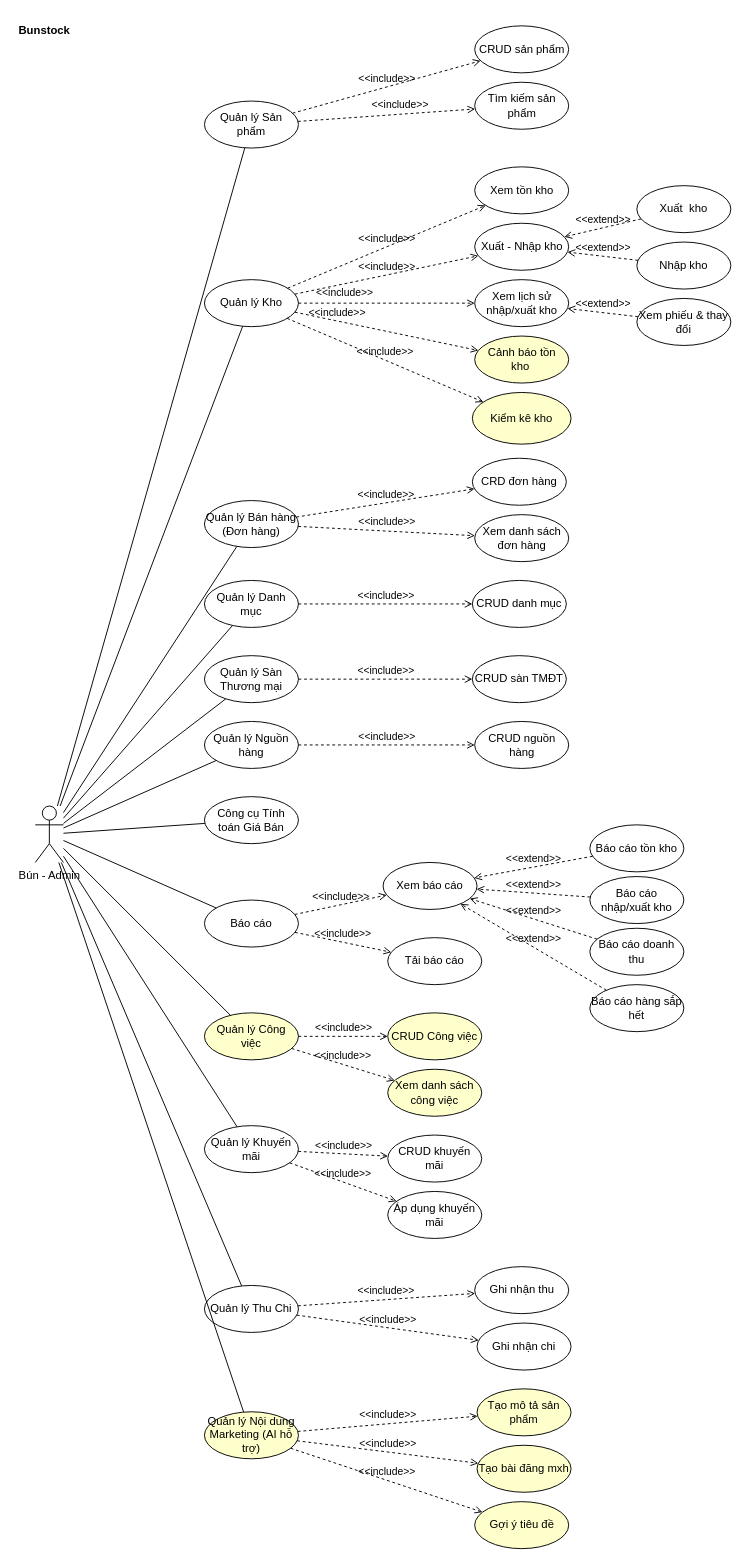
The draw.io diagram page "UC Diagram" (1 of 7) of Docs/Bunstock.drawio in ngoc-anh22/Bunstock, before the edit. Source tidied: cells renumbered, new cells numbered last; positions are measured from the earlier drawing's top-left corner, leaving out a move shared by most shapes. Both pictures are drawn from the tidied source at 94%, with x=0, y=0 at pixel (16, 16).
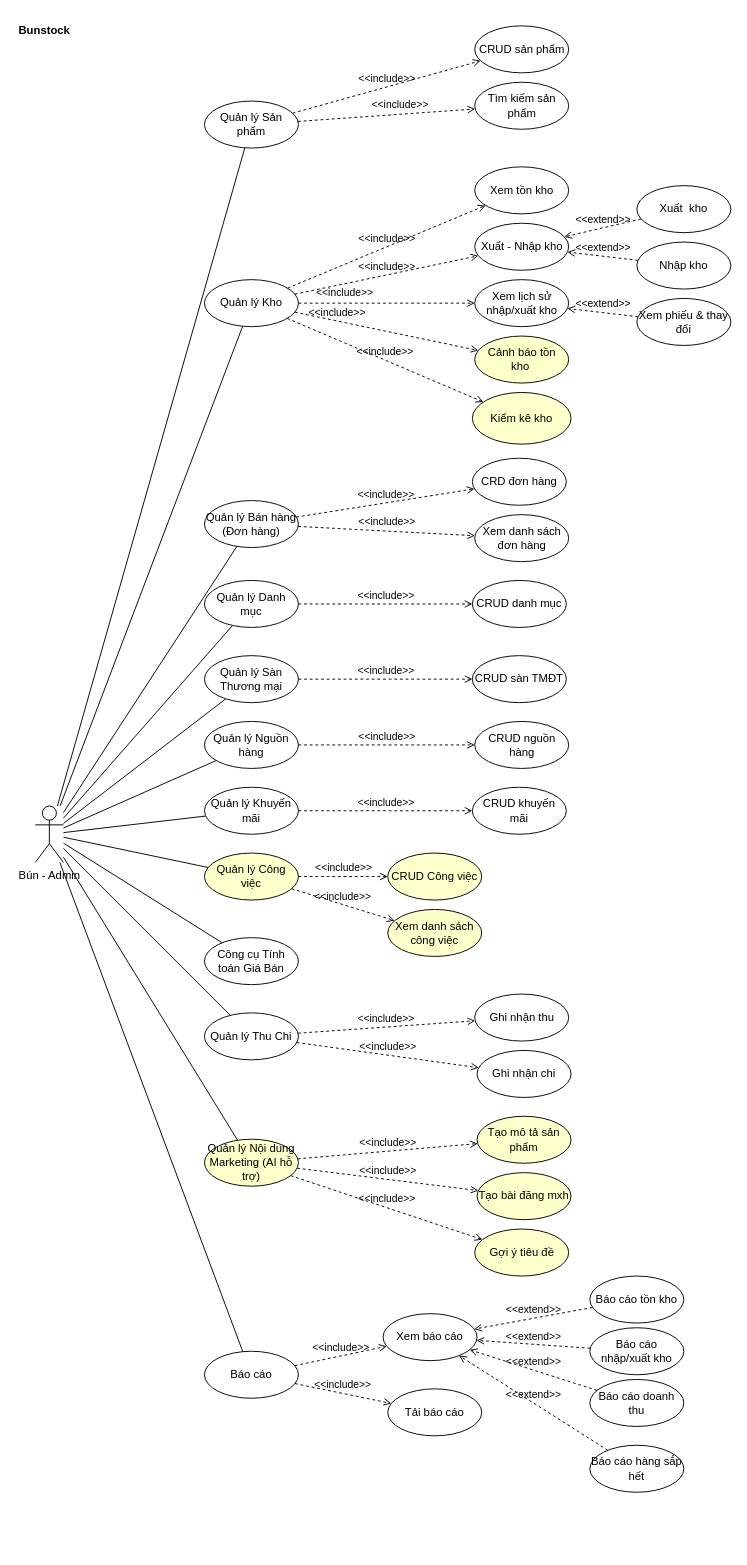
The same diagram, later.

Diff of the diagram source:
```diff
@@
     <mxCell id="9" value="Quản lý Công việc" style="ellipse;whiteSpace=wrap;html=1;fillColor=#FFFFCC;" parent="1" vertex="1">
-      <mxGeometry x="200" y="1060" width="100" height="50" as="geometry" />
+      <mxGeometry x="200" y="890" width="100" height="50" as="geometry" />
     </mxCell>
     <mxCell id="10" value="Báo cáo" style="ellipse;whiteSpace=wrap;html=1;" parent="1" vertex="1">
-      <mxGeometry x="200" y="940" width="100" height="50" as="geometry" />
+      <mxGeometry x="200" y="1420" width="100" height="50" as="geometry" />
     </mxCell>
     <mxCell id="11" value="Công cụ Tính toán Giá Bán" style="ellipse;whiteSpace=wrap;html=1;" parent="1" vertex="1">
-      <mxGeometry x="200" y="830" width="100" height="50" as="geometry" />
+      <mxGeometry x="200" y="980" width="100" height="50" as="geometry" />
     </mxCell>
@@
     <mxCell id="13" value="Quản lý Khuyến mãi" style="ellipse;whiteSpace=wrap;html=1;" parent="1" vertex="1">
-      <mxGeometry x="200" y="1180" width="100" height="50" as="geometry" />
+      <mxGeometry x="200" y="820" width="100" height="50" as="geometry" />
     </mxCell>
     <mxCell id="14" value="Quản lý Thu Chi" style="ellipse;whiteSpace=wrap;html=1;" parent="1" vertex="1">
-      <mxGeometry x="200" y="1350" width="100" height="50" as="geometry" />
+      <mxGeometry x="200" y="1060" width="100" height="50" as="geometry" />
     </mxCell>
     <mxCell id="15" value="Quản lý Nội dung Marketing (AI hỗ trợ)" style="ellipse;whiteSpace=wrap;html=1;fillColor=#FFFFCC;" parent="1" vertex="1">
-      <mxGeometry x="200" y="1484.4" width="100" height="50" as="geometry" />
+      <mxGeometry x="200" y="1194.4" width="100" height="50" as="geometry" />
     </mxCell>
@@
-    <mxCell id="57" value="&amp;lt;&amp;lt;include&amp;gt;&amp;gt;" style="html=1;verticalAlign=bottom;labelBackgroundColor=none;endArrow=open;endFill=0;dashed=1;rounded=0;" parent="1" edge="1" source="13" target="72">
-      <mxGeometry relative="1" as="geometry" />
-    </mxCell>
@@
     <mxCell id="61" value="Báo cáo doanh thu" style="ellipse;whiteSpace=wrap;html=1;" parent="1" vertex="1">
-      <mxGeometry x="610" y="970" width="100" height="50" as="geometry" />
+      <mxGeometry x="610" y="1450" width="100" height="50" as="geometry" />
     </mxCell>
     <mxCell id="62" value="Xem báo cáo" style="ellipse;whiteSpace=wrap;html=1;" parent="1" vertex="1">
-      <mxGeometry x="390" y="900" width="100" height="50" as="geometry" />
+      <mxGeometry x="390" y="1380" width="100" height="50" as="geometry" />
     </mxCell>
     <mxCell id="63" value="Báo cáo tồn kho" style="ellipse;whiteSpace=wrap;html=1;" parent="1" vertex="1">
-      <mxGeometry x="610" y="860" width="100" height="50" as="geometry" />
+      <mxGeometry x="610" y="1340" width="100" height="50" as="geometry" />
     </mxCell>
     <mxCell id="64" value="Báo cáo nhập/xuất kho" style="ellipse;whiteSpace=wrap;html=1;" parent="1" vertex="1">
-      <mxGeometry x="610" y="915" width="100" height="50" as="geometry" />
+      <mxGeometry x="610" y="1395" width="100" height="50" as="geometry" />
     </mxCell>
     <mxCell id="65" value="Báo cáo hàng sắp hết" style="ellipse;whiteSpace=wrap;html=1;" parent="1" vertex="1">
-      <mxGeometry x="610" y="1030" width="100" height="50" as="geometry" />
+      <mxGeometry x="610" y="1520" width="100" height="50" as="geometry" />
     </mxCell>
@@
     <mxCell id="70" value="CRUD Công việc" style="ellipse;whiteSpace=wrap;html=1;fillColor=#FFFFCC;" parent="1" vertex="1">
-      <mxGeometry x="395" y="1060" width="100" height="50" as="geometry" />
+      <mxGeometry x="395" y="890" width="100" height="50" as="geometry" />
     </mxCell>
     <mxCell id="71" value="CRUD khuyến mãi" style="ellipse;whiteSpace=wrap;html=1;" parent="1" vertex="1">
-      <mxGeometry x="395" y="1190" width="100" height="50" as="geometry" />
+      <mxGeometry x="485" y="820" width="100" height="50" as="geometry" />
     </mxCell>
-    <mxCell id="72" value="Áp dụng khuyến mãi" style="ellipse;whiteSpace=wrap;html=1;" parent="1" vertex="1">
-      <mxGeometry x="395" y="1250" width="100" height="50" as="geometry" />
-    </mxCell>
     <mxCell id="73" value="Ghi nhận chi" style="ellipse;whiteSpace=wrap;html=1;" parent="1" vertex="1">
-      <mxGeometry x="490" y="1390" width="100" height="50" as="geometry" />
+      <mxGeometry x="490" y="1100" width="100" height="50" as="geometry" />
     </mxCell>
     <mxCell id="74" value="Ghi nhận thu" style="ellipse;whiteSpace=wrap;html=1;" parent="1" vertex="1">
-      <mxGeometry x="487.5" y="1330" width="100" height="50" as="geometry" />
+      <mxGeometry x="487.5" y="1040" width="100" height="50" as="geometry" />
     </mxCell>
     <mxCell id="75" value="Gợi ý tiêu đề" style="ellipse;whiteSpace=wrap;html=1;fillColor=#FFFFCC;" parent="1" vertex="1">
-      <mxGeometry x="487.5" y="1580" width="100" height="50" as="geometry" />
+      <mxGeometry x="487.5" y="1290" width="100" height="50" as="geometry" />
     </mxCell>
     <mxCell id="76" value="Tạo bài đăng mxh" style="ellipse;whiteSpace=wrap;html=1;fillColor=#FFFFCC;" parent="1" vertex="1">
-      <mxGeometry x="490" y="1520" width="100" height="50" as="geometry" />
+      <mxGeometry x="490" y="1230" width="100" height="50" as="geometry" />
     </mxCell>
     <mxCell id="77" value="Tạo mô tả sản phẩm" style="ellipse;whiteSpace=wrap;html=1;fillColor=#FFFFCC;" parent="1" vertex="1">
-      <mxGeometry x="490" y="1460" width="100" height="50" as="geometry" />
+      <mxGeometry x="490" y="1170" width="100" height="50" as="geometry" />
     </mxCell>
     <mxCell id="78" value="Tải báo cáo" style="ellipse;whiteSpace=wrap;html=1;" parent="1" vertex="1">
-      <mxGeometry x="395" y="980" width="100" height="50" as="geometry" />
+      <mxGeometry x="395" y="1460" width="100" height="50" as="geometry" />
     </mxCell>
@@
     <mxCell id="80" value="Xem danh sách công việc" style="ellipse;whiteSpace=wrap;html=1;fillColor=#FFFFCC;" parent="1" vertex="1">
-      <mxGeometry x="395" y="1120" width="100" height="50" as="geometry" />
+      <mxGeometry x="395" y="950" width="100" height="50" as="geometry" />
     </mxCell>
```
